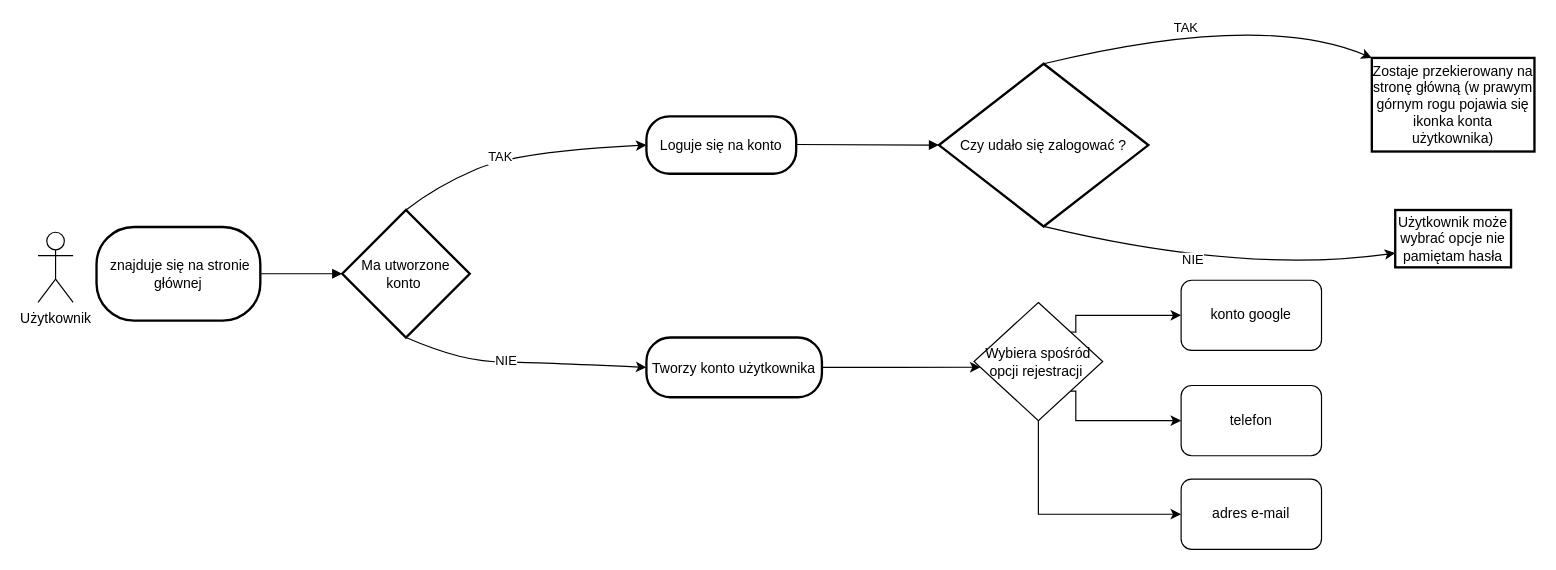
Before: page "login_register" (1 of 2) of user_diagram.drawio in Cielako/django_social_app_diag_repo, a draw.io diagram. Source tidied: cells renumbered, new cells numbered last; positions are measured from the earlier drawing's top-left corner, leaving out a move shared by most shapes. Both pictures are drawn from the tidied source at 117%, with x=0, y=0 at pixel (37, 11).
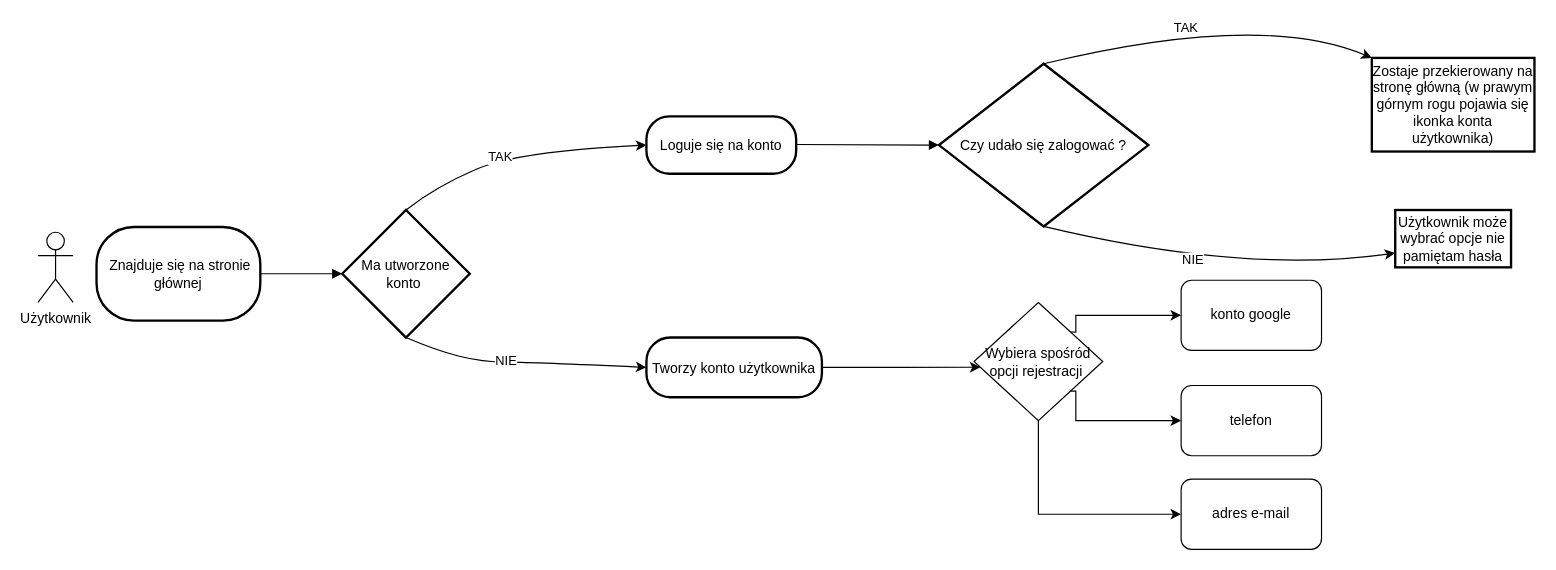
The same diagram, later.

Unchanged cells that the change refers to:
```xml
<mxCell id="3" value="Ma utworzone konto " style="rhombus;strokeWidth=2;whiteSpace=wrap;" parent="1" vertex="1">
  <mxGeometry x="260" y="170" width="109" height="109" as="geometry" />
</mxCell>
```

Change to the diagram source:
```diff
@@
-    <mxCell id="2" value=" znajduje się na stronie głównej" style="rounded=1;arcSize=40;strokeWidth=2;whiteSpace=wrap;" parent="1" vertex="1">
-      <mxGeometry x="50" y="184.5" width="140" height="80" as="geometry" />
-    </mxCell>
@@
-    <mxCell id="8" style="curved=1;startArrow=none;endArrow=block;exitX=0.99;exitY=0.5;entryX=0;entryY=0.5;entryDx=0;entryDy=0;" parent="1" edge="1" source="2" target="3">
-      <mxGeometry relative="1" as="geometry" />
+    <mxCell id="8" style="curved=1;startArrow=none;endArrow=block;exitX=0.99;exitY=0.5;entryX=0;entryY=0.5;entryDx=0;entryDy=0;" parent="1" edge="1" target="3">
+      <mxGeometry relative="1" as="geometry">
+        <mxPoint x="190" y="224.5" as="sourcePoint" />
+      </mxGeometry>
     </mxCell>
@@
-    <mxCell id="10" value="Użytkownik" style="shape=umlActor;verticalLabelPosition=bottom;verticalAlign=top;html=1;" parent="1" vertex="1">
-      <mxGeometry y="189" width="30" height="60" as="geometry" />
-    </mxCell>
@@
+    <mxCell id="28" value=" Znajduje się na stronie głównej" style="rounded=1;arcSize=40;strokeWidth=2;whiteSpace=wrap;" parent="1" vertex="1">
+      <mxGeometry x="50" y="184.5" width="140" height="80" as="geometry" />
+    </mxCell>
+    <mxCell id="10" value="Użytkownik" style="shape=umlActor;verticalLabelPosition=bottom;verticalAlign=top;html=1;" parent="1" vertex="1">
+      <mxGeometry y="189" width="30" height="60" as="geometry" />
+    </mxCell>
```
